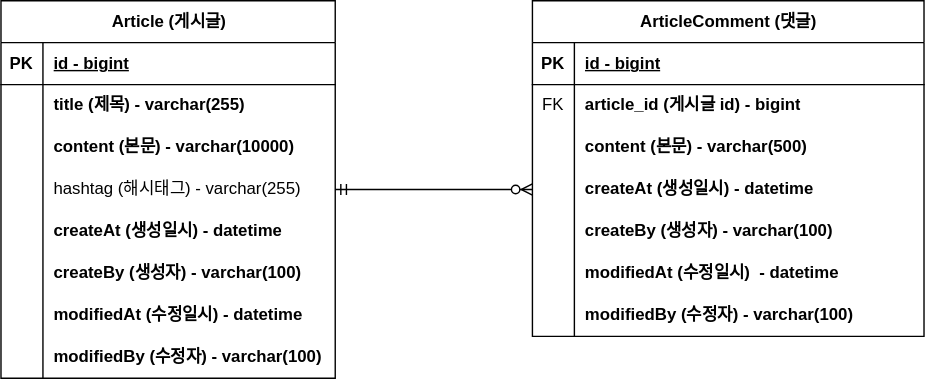
The draw.io diagram document/project-board-erd.svg in ddongjunn/project-board, before a commit. Source tidied: cells renumbered, new cells last; positions are measured from the earlier drawing's top-left corner, leaving out a move shared by most shapes.
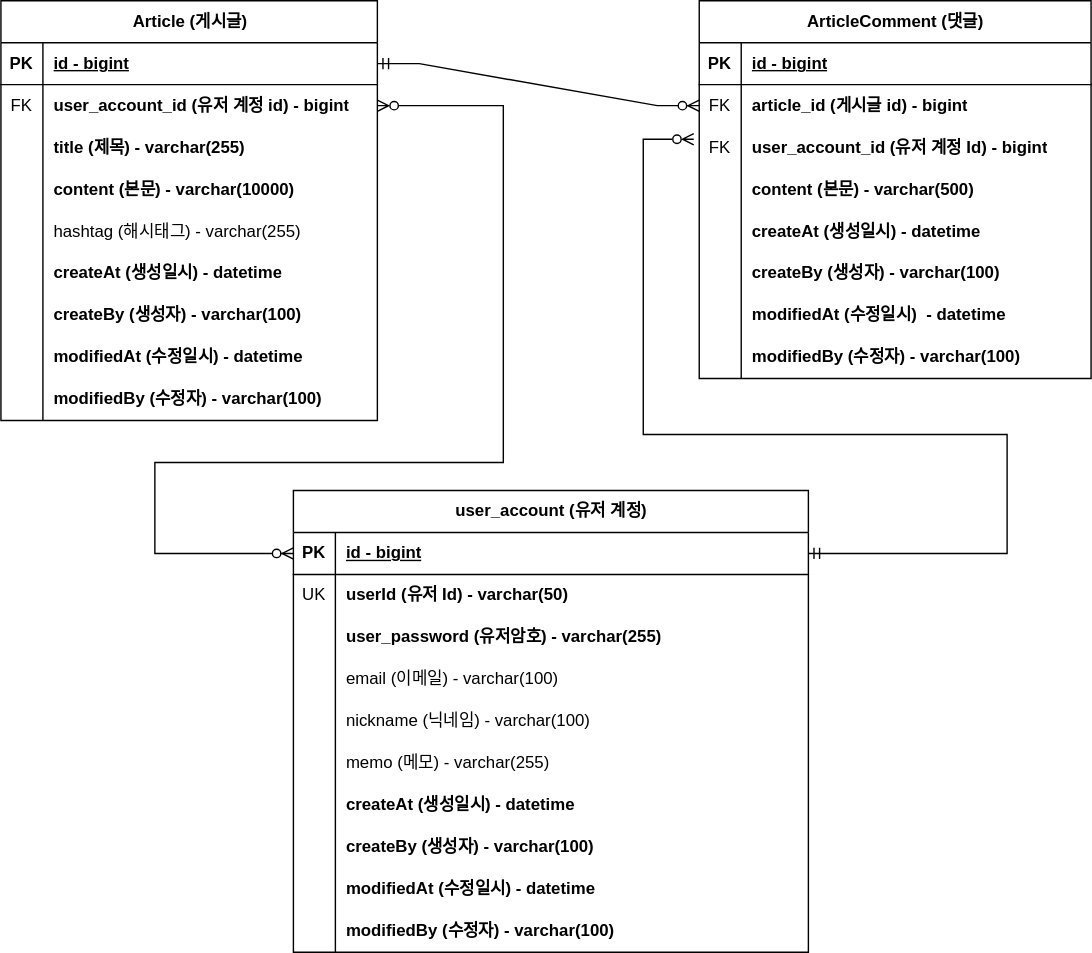
After the commit.

Diff of the diagram source:
```diff
@@ -5,6 +5,6 @@
     <mxCell id="2" value="Article (게시글)" style="shape=table;startSize=30;rowLines=0;fontStyle=1;align=center;html=1;" parent="1" vertex="1">
-      <mxGeometry width="239" height="270" as="geometry" />
+      <mxGeometry width="269" height="300" as="geometry" />
     </mxCell>
     <mxCell id="3" style="shape=tableRow;horizontal=0;startSize=0;swimlaneHead=0;swimlaneBody=0;fillColor=none;points=[[0,0.5],[1,0.5]];portConstraint=eastwest;top=0;left=0;right=0;bottom=1;" parent="2" vertex="1">
-      <mxGeometry y="30" width="239" height="30" as="geometry" />
+      <mxGeometry y="30" width="269" height="30" as="geometry" />
     </mxCell>
@@ -14,15 +14,24 @@
     <mxCell id="5" value="id - bigint" style="shape=partialRectangle;fillColor=none;top=0;left=0;bottom=0;right=0;align=left;spacingLeft=6;fontStyle=5;overflow=hidden;whiteSpace=wrap;html=1;" parent="3" vertex="1">
-      <mxGeometry x="30" width="209" height="30" as="geometry" />
+      <mxGeometry x="30" width="239" height="30" as="geometry" />
     </mxCell>
     <mxCell id="6" style="shape=tableRow;horizontal=0;startSize=0;swimlaneHead=0;swimlaneBody=0;fillColor=none;points=[[0,0.5],[1,0.5]];portConstraint=eastwest;top=0;left=0;right=0;bottom=0;" parent="2" vertex="1">
-      <mxGeometry y="60" width="239" height="30" as="geometry" />
+      <mxGeometry y="60" width="269" height="30" as="geometry" />
     </mxCell>
-    <mxCell id="7" style="shape=partialRectangle;fillColor=none;top=0;left=0;bottom=0;right=0;overflow=hidden;whiteSpace=wrap;html=1;" parent="6" vertex="1">
+    <mxCell id="7" value="FK" style="shape=partialRectangle;fillColor=none;top=0;left=0;bottom=0;right=0;overflow=hidden;whiteSpace=wrap;html=1;" parent="6" vertex="1">
       <mxGeometry width="30" height="30" as="geometry" />
     </mxCell>
-    <mxCell id="8" value="title (제목) - varchar(255)" style="shape=partialRectangle;fillColor=none;top=0;left=0;bottom=0;right=0;align=left;spacingLeft=6;overflow=hidden;whiteSpace=wrap;html=1;fontStyle=1;" parent="6" vertex="1">
-      <mxGeometry x="30" width="209" height="30" as="geometry" />
+    <mxCell id="8" value="user_account_id (유저 계정 id) - bigint" style="shape=partialRectangle;fillColor=none;top=0;left=0;bottom=0;right=0;align=left;spacingLeft=6;overflow=hidden;whiteSpace=wrap;html=1;fontStyle=1;" parent="6" vertex="1">
+      <mxGeometry x="30" width="239" height="30" as="geometry" />
     </mxCell>
+    <mxCell id="50" style="shape=tableRow;horizontal=0;startSize=0;swimlaneHead=0;swimlaneBody=0;fillColor=none;top=0;left=0;right=0;bottom=0;" parent="2" vertex="1">
+      <mxGeometry y="90" width="269" height="30" as="geometry" />
+    </mxCell>
+    <mxCell id="51" style="shape=partialRectangle;fillColor=none;top=0;left=0;bottom=0;right=0;overflow=hidden;whiteSpace=wrap;html=1;" parent="50" vertex="1">
+      <mxGeometry width="30" height="30" as="geometry" />
+    </mxCell>
+    <mxCell id="52" value="title (제목) - varchar(255)" style="shape=partialRectangle;fillColor=none;top=0;left=0;bottom=0;right=0;align=left;spacingLeft=6;overflow=hidden;whiteSpace=wrap;html=1;fontStyle=1;" parent="50" vertex="1">
+      <mxGeometry x="30" width="239" height="30" as="geometry" />
+    </mxCell>
     <mxCell id="9" style="shape=tableRow;horizontal=0;startSize=0;swimlaneHead=0;swimlaneBody=0;fillColor=none;top=0;left=0;right=0;bottom=0;" parent="2" vertex="1">
-      <mxGeometry y="90" width="239" height="30" as="geometry" />
+      <mxGeometry y="120" width="269" height="30" as="geometry" />
     </mxCell>
@@ -32,6 +41,6 @@
     <mxCell id="11" value="content (본문) - varchar(10000)" style="shape=partialRectangle;fillColor=none;top=0;left=0;bottom=0;right=0;align=left;spacingLeft=6;overflow=hidden;whiteSpace=wrap;html=1;fontStyle=1;" parent="9" vertex="1">
-      <mxGeometry x="30" width="209" height="30" as="geometry" />
+      <mxGeometry x="30" width="239" height="30" as="geometry" />
     </mxCell>
     <mxCell id="12" style="shape=tableRow;horizontal=0;startSize=0;swimlaneHead=0;swimlaneBody=0;fillColor=none;points=[[0,0.5],[1,0.5]];portConstraint=eastwest;top=0;left=0;right=0;bottom=0;" parent="2" vertex="1">
-      <mxGeometry y="120" width="239" height="30" as="geometry" />
+      <mxGeometry y="150" width="269" height="30" as="geometry" />
     </mxCell>
@@ -41,6 +50,6 @@
     <mxCell id="14" value="hashtag (해시태그) - varchar(255)" style="shape=partialRectangle;fillColor=none;top=0;left=0;bottom=0;right=0;align=left;spacingLeft=6;overflow=hidden;whiteSpace=wrap;html=1;" parent="12" vertex="1">
-      <mxGeometry x="30" width="209" height="30" as="geometry" />
+      <mxGeometry x="30" width="239" height="30" as="geometry" />
     </mxCell>
     <mxCell id="15" style="shape=tableRow;horizontal=0;startSize=0;swimlaneHead=0;swimlaneBody=0;fillColor=none;top=0;left=0;right=0;bottom=0;" parent="2" vertex="1">
-      <mxGeometry y="150" width="239" height="30" as="geometry" />
+      <mxGeometry y="180" width="269" height="30" as="geometry" />
     </mxCell>
@@ -50,6 +59,6 @@
     <mxCell id="17" value="createAt (생성일시) - datetime" style="shape=partialRectangle;fillColor=none;top=0;left=0;bottom=0;right=0;align=left;spacingLeft=6;overflow=hidden;whiteSpace=wrap;html=1;fontStyle=1;" parent="15" vertex="1">
-      <mxGeometry x="30" width="209" height="30" as="geometry" />
+      <mxGeometry x="30" width="239" height="30" as="geometry" />
     </mxCell>
     <mxCell id="18" style="shape=tableRow;horizontal=0;startSize=0;swimlaneHead=0;swimlaneBody=0;fillColor=none;top=0;left=0;right=0;bottom=0;" parent="2" vertex="1">
-      <mxGeometry y="180" width="239" height="30" as="geometry" />
+      <mxGeometry y="210" width="269" height="30" as="geometry" />
     </mxCell>
@@ -59,6 +68,6 @@
     <mxCell id="20" value="createBy (생성자) - varchar(100)" style="shape=partialRectangle;fillColor=none;top=0;left=0;bottom=0;right=0;align=left;spacingLeft=6;overflow=hidden;whiteSpace=wrap;html=1;fontStyle=1;" parent="18" vertex="1">
-      <mxGeometry x="30" width="209" height="30" as="geometry" />
+      <mxGeometry x="30" width="239" height="30" as="geometry" />
     </mxCell>
     <mxCell id="21" style="shape=tableRow;horizontal=0;startSize=0;swimlaneHead=0;swimlaneBody=0;fillColor=none;top=0;left=0;right=0;bottom=0;" parent="2" vertex="1">
-      <mxGeometry y="210" width="239" height="30" as="geometry" />
+      <mxGeometry y="240" width="269" height="30" as="geometry" />
     </mxCell>
@@ -68,6 +77,6 @@
     <mxCell id="23" value="modifiedAt (수정일시) - datetime" style="shape=partialRectangle;fillColor=none;top=0;left=0;bottom=0;right=0;align=left;spacingLeft=6;overflow=hidden;whiteSpace=wrap;html=1;fontStyle=1;" parent="21" vertex="1">
-      <mxGeometry x="30" width="209" height="30" as="geometry" />
+      <mxGeometry x="30" width="239" height="30" as="geometry" />
     </mxCell>
     <mxCell id="24" style="shape=tableRow;horizontal=0;startSize=0;swimlaneHead=0;swimlaneBody=0;fillColor=none;top=0;left=0;right=0;bottom=0;" parent="2" vertex="1">
-      <mxGeometry y="240" width="239" height="30" as="geometry" />
+      <mxGeometry y="270" width="269" height="30" as="geometry" />
     </mxCell>
@@ -77,6 +86,6 @@
     <mxCell id="26" value="modifiedBy (수정자) - varchar(100)" style="shape=partialRectangle;fillColor=none;top=0;left=0;bottom=0;right=0;align=left;spacingLeft=6;overflow=hidden;whiteSpace=wrap;html=1;fontStyle=1;" parent="24" vertex="1">
-      <mxGeometry x="30" width="209" height="30" as="geometry" />
+      <mxGeometry x="30" width="239" height="30" as="geometry" />
     </mxCell>
     <mxCell id="27" value="ArticleComment (댓글)" style="shape=table;startSize=30;rowLines=0;fontStyle=1;align=center;html=1;" parent="1" vertex="1">
-      <mxGeometry x="380" width="280" height="240" as="geometry" />
+      <mxGeometry x="499" width="280" height="270" as="geometry" />
     </mxCell>
@@ -100,4 +109,13 @@
     </mxCell>
+    <mxCell id="53" style="shape=tableRow;horizontal=0;startSize=0;swimlaneHead=0;swimlaneBody=0;fillColor=none;points=[[0,0.5],[1,0.5]];portConstraint=eastwest;top=0;left=0;right=0;bottom=0;" parent="27" vertex="1">
+      <mxGeometry y="90" width="280" height="30" as="geometry" />
+    </mxCell>
+    <mxCell id="54" value="FK" style="shape=partialRectangle;fillColor=none;top=0;left=0;bottom=0;right=0;overflow=hidden;whiteSpace=wrap;html=1;" parent="53" vertex="1">
+      <mxGeometry width="30" height="30" as="geometry" />
+    </mxCell>
+    <mxCell id="55" value="user_account_id (유저 계정 Id) - bigint" style="shape=partialRectangle;fillColor=none;top=0;left=0;bottom=0;right=0;align=left;spacingLeft=6;overflow=hidden;whiteSpace=wrap;html=1;fontStyle=1;" parent="53" vertex="1">
+      <mxGeometry x="30" width="250" height="30" as="geometry" />
+    </mxCell>
     <mxCell id="34" style="shape=tableRow;horizontal=0;startSize=0;swimlaneHead=0;swimlaneBody=0;fillColor=none;top=0;left=0;right=0;bottom=0;" parent="27" vertex="1">
-      <mxGeometry y="90" width="280" height="30" as="geometry" />
+      <mxGeometry y="120" width="280" height="30" as="geometry" />
     </mxCell>
@@ -110,3 +128,3 @@
     <mxCell id="37" style="shape=tableRow;horizontal=0;startSize=0;swimlaneHead=0;swimlaneBody=0;fillColor=none;points=[[0,0.5],[1,0.5]];portConstraint=eastwest;top=0;left=0;right=0;bottom=0;" parent="27" vertex="1">
-      <mxGeometry y="120" width="280" height="30" as="geometry" />
+      <mxGeometry y="150" width="280" height="30" as="geometry" />
     </mxCell>
@@ -119,3 +137,3 @@
     <mxCell id="40" style="shape=tableRow;horizontal=0;startSize=0;swimlaneHead=0;swimlaneBody=0;fillColor=none;top=0;left=0;right=0;bottom=0;" parent="27" vertex="1">
-      <mxGeometry y="150" width="280" height="30" as="geometry" />
+      <mxGeometry y="180" width="280" height="30" as="geometry" />
     </mxCell>
@@ -128,3 +146,3 @@
     <mxCell id="43" style="shape=tableRow;horizontal=0;startSize=0;swimlaneHead=0;swimlaneBody=0;fillColor=none;top=0;left=0;right=0;bottom=0;" parent="27" vertex="1">
-      <mxGeometry y="180" width="280" height="30" as="geometry" />
+      <mxGeometry y="210" width="280" height="30" as="geometry" />
     </mxCell>
@@ -137,3 +155,3 @@
     <mxCell id="46" style="shape=tableRow;horizontal=0;startSize=0;swimlaneHead=0;swimlaneBody=0;fillColor=none;top=0;left=0;right=0;bottom=0;" parent="27" vertex="1">
-      <mxGeometry y="210" width="280" height="30" as="geometry" />
+      <mxGeometry y="240" width="280" height="30" as="geometry" />
     </mxCell>
@@ -145,5 +163,123 @@
     </mxCell>
-    <mxCell id="49" style="edgeStyle=entityRelationEdgeStyle;fontSize=12;html=1;endArrow=ERzeroToMany;startArrow=ERmandOne;rounded=0;exitX=1;exitY=0.5;exitDx=0;exitDy=0;entryX=0;entryY=0.5;entryDx=0;entryDy=0;" parent="1" edge="1" source="12" target="37">
-      <mxGeometry relative="1" as="geometry" />
+    <mxCell id="49" style="edgeStyle=entityRelationEdgeStyle;fontSize=12;html=1;endArrow=ERzeroToMany;startArrow=ERmandOne;rounded=0;entryX=0;entryY=0.5;entryDx=0;entryDy=0;exitX=1;exitY=0.5;exitDx=0;exitDy=0;" parent="1" edge="1" source="3" target="31">
+      <mxGeometry relative="1" as="geometry">
+        <Array as="points">
+          <mxPoint x="269" y="-15" />
+          <mxPoint x="239" y="-55" />
+        </Array>
+      </mxGeometry>
     </mxCell>
+    <mxCell id="56" value="user_account (유저 계정)" style="shape=table;startSize=30;rowLines=0;fontStyle=1;align=center;html=1;" parent="1" vertex="1">
+      <mxGeometry x="209" y="350" width="368" height="330" as="geometry" />
+    </mxCell>
+    <mxCell id="57" style="shape=tableRow;horizontal=0;startSize=0;swimlaneHead=0;swimlaneBody=0;fillColor=none;points=[[0,0.5],[1,0.5]];portConstraint=eastwest;top=0;left=0;right=0;bottom=1;" parent="56" vertex="1">
+      <mxGeometry y="30" width="368" height="30" as="geometry" />
+    </mxCell>
+    <mxCell id="58" value="PK" style="shape=partialRectangle;fillColor=none;top=0;left=0;bottom=0;right=0;fontStyle=1;overflow=hidden;whiteSpace=wrap;html=1;" parent="57" vertex="1">
+      <mxGeometry width="30" height="30" as="geometry" />
+    </mxCell>
+    <mxCell id="59" value="id - bigint" style="shape=partialRectangle;fillColor=none;top=0;left=0;bottom=0;right=0;align=left;spacingLeft=6;fontStyle=5;overflow=hidden;whiteSpace=wrap;html=1;" parent="57" vertex="1">
+      <mxGeometry x="30" width="338" height="30" as="geometry" />
+    </mxCell>
+    <mxCell id="60" style="shape=tableRow;horizontal=0;startSize=0;swimlaneHead=0;swimlaneBody=0;fillColor=none;top=0;left=0;right=0;bottom=0;" parent="56" vertex="1">
+      <mxGeometry y="60" width="368" height="30" as="geometry" />
+    </mxCell>
+    <mxCell id="61" value="UK" style="shape=partialRectangle;fillColor=none;top=0;left=0;bottom=0;right=0;overflow=hidden;whiteSpace=wrap;html=1;" parent="60" vertex="1">
+      <mxGeometry width="30" height="30" as="geometry" />
+    </mxCell>
+    <mxCell id="62" value="userId (유저 Id) - varchar(50)" style="shape=partialRectangle;fillColor=none;top=0;left=0;bottom=0;right=0;align=left;spacingLeft=6;overflow=hidden;whiteSpace=wrap;html=1;fontStyle=1;" parent="60" vertex="1">
+      <mxGeometry x="30" width="338" height="30" as="geometry" />
+    </mxCell>
+    <mxCell id="63" style="shape=tableRow;horizontal=0;startSize=0;swimlaneHead=0;swimlaneBody=0;fillColor=none;top=0;left=0;right=0;bottom=0;" parent="56" vertex="1">
+      <mxGeometry y="90" width="368" height="30" as="geometry" />
+    </mxCell>
+    <mxCell id="64" style="shape=partialRectangle;fillColor=none;top=0;left=0;bottom=0;right=0;overflow=hidden;whiteSpace=wrap;html=1;" parent="63" vertex="1">
+      <mxGeometry width="30" height="30" as="geometry" />
+    </mxCell>
+    <mxCell id="65" value="user_password (유저암호) - varchar(255)" style="shape=partialRectangle;fillColor=none;top=0;left=0;bottom=0;right=0;align=left;spacingLeft=6;overflow=hidden;whiteSpace=wrap;html=1;fontStyle=1;" parent="63" vertex="1">
+      <mxGeometry x="30" width="338" height="30" as="geometry" />
+    </mxCell>
+    <mxCell id="66" style="shape=tableRow;horizontal=0;startSize=0;swimlaneHead=0;swimlaneBody=0;fillColor=none;top=0;left=0;right=0;bottom=0;" parent="56" vertex="1">
+      <mxGeometry y="120" width="368" height="30" as="geometry" />
+    </mxCell>
+    <mxCell id="67" style="shape=partialRectangle;fillColor=none;top=0;left=0;bottom=0;right=0;overflow=hidden;whiteSpace=wrap;html=1;" parent="66" vertex="1">
+      <mxGeometry width="30" height="30" as="geometry" />
+    </mxCell>
+    <mxCell id="68" value="email (이메일) - varchar(100)" style="shape=partialRectangle;fillColor=none;top=0;left=0;bottom=0;right=0;align=left;spacingLeft=6;overflow=hidden;whiteSpace=wrap;html=1;" parent="66" vertex="1">
+      <mxGeometry x="30" width="338" height="30" as="geometry" />
+    </mxCell>
+    <mxCell id="69" style="shape=tableRow;horizontal=0;startSize=0;swimlaneHead=0;swimlaneBody=0;fillColor=none;top=0;left=0;right=0;bottom=0;" parent="56" vertex="1">
+      <mxGeometry y="150" width="368" height="30" as="geometry" />
+    </mxCell>
+    <mxCell id="70" style="shape=partialRectangle;fillColor=none;top=0;left=0;bottom=0;right=0;overflow=hidden;whiteSpace=wrap;html=1;" parent="69" vertex="1">
+      <mxGeometry width="30" height="30" as="geometry" />
+    </mxCell>
+    <mxCell id="71" value="&lt;span style=&quot;font-weight: normal;&quot;&gt;nickname (닉네임) - varchar(100)&lt;/span&gt;" style="shape=partialRectangle;fillColor=none;top=0;left=0;bottom=0;right=0;align=left;spacingLeft=6;overflow=hidden;whiteSpace=wrap;html=1;fontStyle=1;" parent="69" vertex="1">
+      <mxGeometry x="30" width="338" height="30" as="geometry" />
+    </mxCell>
+    <mxCell id="72" style="shape=tableRow;horizontal=0;startSize=0;swimlaneHead=0;swimlaneBody=0;fillColor=none;top=0;left=0;right=0;bottom=0;" parent="56" vertex="1">
+      <mxGeometry y="180" width="368" height="30" as="geometry" />
+    </mxCell>
+    <mxCell id="73" style="shape=partialRectangle;fillColor=none;top=0;left=0;bottom=0;right=0;overflow=hidden;whiteSpace=wrap;html=1;" parent="72" vertex="1">
+      <mxGeometry width="30" height="30" as="geometry" />
+    </mxCell>
+    <mxCell id="74" value="&lt;span style=&quot;font-weight: normal;&quot;&gt;memo (메모) - varchar(255)&lt;/span&gt;" style="shape=partialRectangle;fillColor=none;top=0;left=0;bottom=0;right=0;align=left;spacingLeft=6;overflow=hidden;whiteSpace=wrap;html=1;fontStyle=1;" parent="72" vertex="1">
+      <mxGeometry x="30" width="338" height="30" as="geometry" />
+    </mxCell>
+    <mxCell id="75" style="shape=tableRow;horizontal=0;startSize=0;swimlaneHead=0;swimlaneBody=0;fillColor=none;top=0;left=0;right=0;bottom=0;" parent="56" vertex="1">
+      <mxGeometry y="210" width="368" height="30" as="geometry" />
+    </mxCell>
+    <mxCell id="76" style="shape=partialRectangle;fillColor=none;top=0;left=0;bottom=0;right=0;overflow=hidden;whiteSpace=wrap;html=1;" parent="75" vertex="1">
+      <mxGeometry width="30" height="30" as="geometry" />
+    </mxCell>
+    <mxCell id="77" value="createAt (생성일시) - datetime" style="shape=partialRectangle;fillColor=none;top=0;left=0;bottom=0;right=0;align=left;spacingLeft=6;overflow=hidden;whiteSpace=wrap;html=1;fontStyle=1;" parent="75" vertex="1">
+      <mxGeometry x="30" width="338" height="30" as="geometry" />
+    </mxCell>
+    <mxCell id="78" style="shape=tableRow;horizontal=0;startSize=0;swimlaneHead=0;swimlaneBody=0;fillColor=none;top=0;left=0;right=0;bottom=0;" parent="56" vertex="1">
+      <mxGeometry y="240" width="368" height="30" as="geometry" />
+    </mxCell>
+    <mxCell id="79" style="shape=partialRectangle;fillColor=none;top=0;left=0;bottom=0;right=0;overflow=hidden;whiteSpace=wrap;html=1;" parent="78" vertex="1">
+      <mxGeometry width="30" height="30" as="geometry" />
+    </mxCell>
+    <mxCell id="80" value="createBy (생성자) - varchar(100)" style="shape=partialRectangle;fillColor=none;top=0;left=0;bottom=0;right=0;align=left;spacingLeft=6;overflow=hidden;whiteSpace=wrap;html=1;fontStyle=1;" parent="78" vertex="1">
+      <mxGeometry x="30" width="338" height="30" as="geometry" />
+    </mxCell>
+    <mxCell id="81" style="shape=tableRow;horizontal=0;startSize=0;swimlaneHead=0;swimlaneBody=0;fillColor=none;top=0;left=0;right=0;bottom=0;" parent="56" vertex="1">
+      <mxGeometry y="270" width="368" height="30" as="geometry" />
+    </mxCell>
+    <mxCell id="82" style="shape=partialRectangle;fillColor=none;top=0;left=0;bottom=0;right=0;overflow=hidden;whiteSpace=wrap;html=1;" parent="81" vertex="1">
+      <mxGeometry width="30" height="30" as="geometry" />
+    </mxCell>
+    <mxCell id="83" value="modifiedAt (수정일시) - datetime" style="shape=partialRectangle;fillColor=none;top=0;left=0;bottom=0;right=0;align=left;spacingLeft=6;overflow=hidden;whiteSpace=wrap;html=1;fontStyle=1;" parent="81" vertex="1">
+      <mxGeometry x="30" width="338" height="30" as="geometry" />
+    </mxCell>
+    <mxCell id="84" style="shape=tableRow;horizontal=0;startSize=0;swimlaneHead=0;swimlaneBody=0;fillColor=none;top=0;left=0;right=0;bottom=0;" parent="56" vertex="1">
+      <mxGeometry y="300" width="368" height="30" as="geometry" />
+    </mxCell>
+    <mxCell id="85" style="shape=partialRectangle;fillColor=none;top=0;left=0;bottom=0;right=0;overflow=hidden;whiteSpace=wrap;html=1;" parent="84" vertex="1">
+      <mxGeometry width="30" height="30" as="geometry" />
+    </mxCell>
+    <mxCell id="86" value="modifiedBy (수정자) - varchar(100)" style="shape=partialRectangle;fillColor=none;top=0;left=0;bottom=0;right=0;align=left;spacingLeft=6;overflow=hidden;whiteSpace=wrap;html=1;fontStyle=1;" parent="84" vertex="1">
+      <mxGeometry x="30" width="338" height="30" as="geometry" />
+    </mxCell>
+    <mxCell id="87" style="edgeStyle=orthogonalEdgeStyle;fontSize=12;html=1;endArrow=ERzeroToMany;startArrow=ERzeroToMany;rounded=0;startFill=0;exitX=1;exitY=0.5;exitDx=0;exitDy=0;entryX=0;entryY=0.5;entryDx=0;entryDy=0;" parent="1" edge="1" source="6" target="57">
+      <mxGeometry relative="1" as="geometry">
+        <Array as="points">
+          <mxPoint x="359" y="75" />
+          <mxPoint x="359" y="330" />
+          <mxPoint x="110" y="330" />
+          <mxPoint x="110" y="395" />
+        </Array>
+      </mxGeometry>
+    </mxCell>
+    <mxCell id="88" style="edgeStyle=orthogonalEdgeStyle;fontSize=12;html=1;endArrow=ERmandOne;startArrow=ERzeroToMany;rounded=0;startFill=0;exitX=-0.014;exitY=0.3;exitDx=0;exitDy=0;exitPerimeter=0;entryX=1;entryY=0.5;entryDx=0;entryDy=0;endFill=0;" parent="1" edge="1" source="53" target="57">
+      <mxGeometry relative="1" as="geometry">
+        <Array as="points">
+          <mxPoint x="459" y="99" />
+          <mxPoint x="459" y="310" />
+          <mxPoint x="719" y="310" />
+          <mxPoint x="719" y="395" />
+        </Array>
+      </mxGeometry>
+    </mxCell>
   </root>
```
